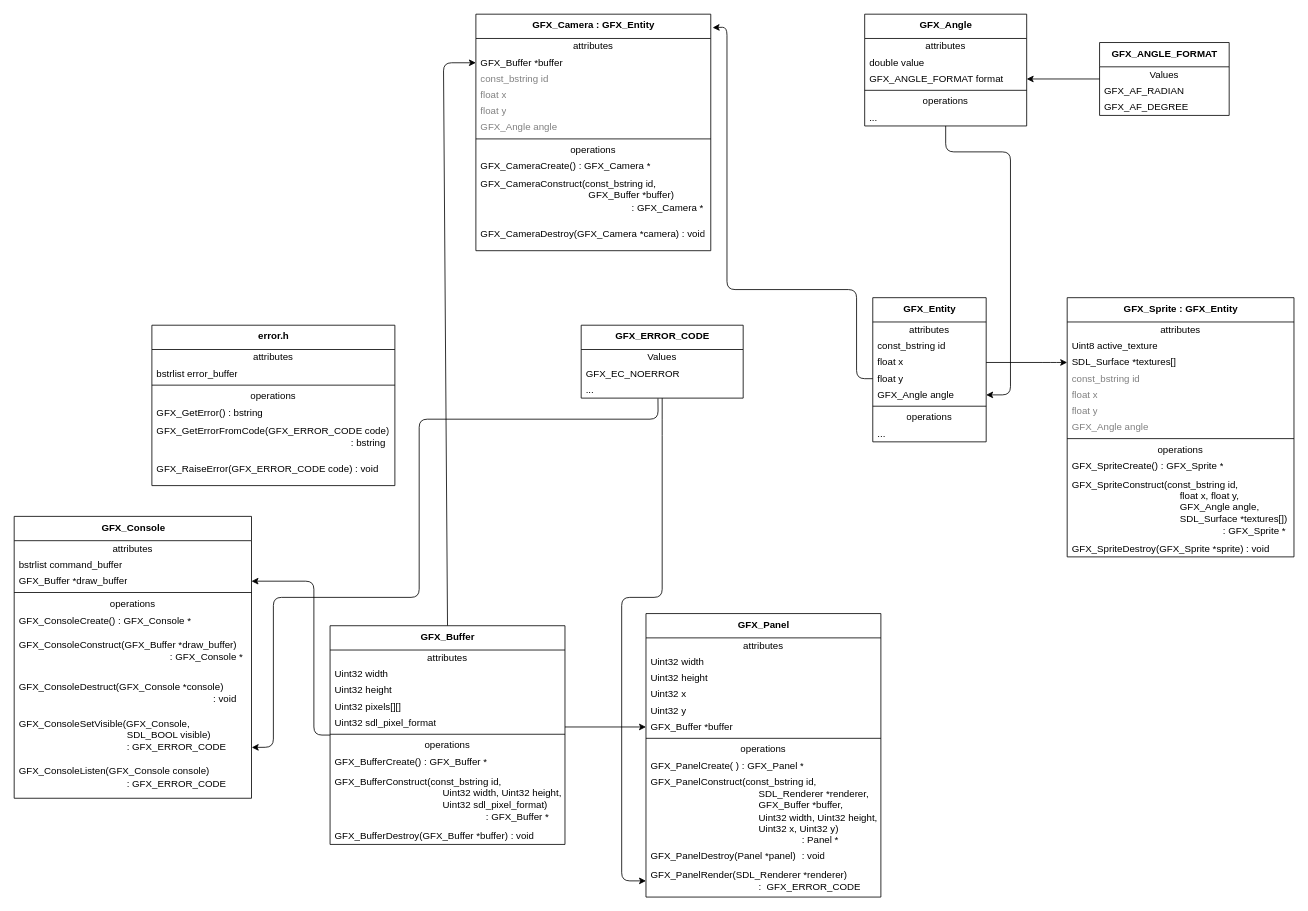
The draw.io diagram grafx.drawio in jamesdolan16/grafx, before the edit. Source tidied: cells renumbered, new cells numbered last; positions are measured from the earlier drawing's top-left corner, leaving out a move shared by most shapes. Both pictures are drawn from the tidied source at 81%, with x=0, y=0 at pixel (14, 14).
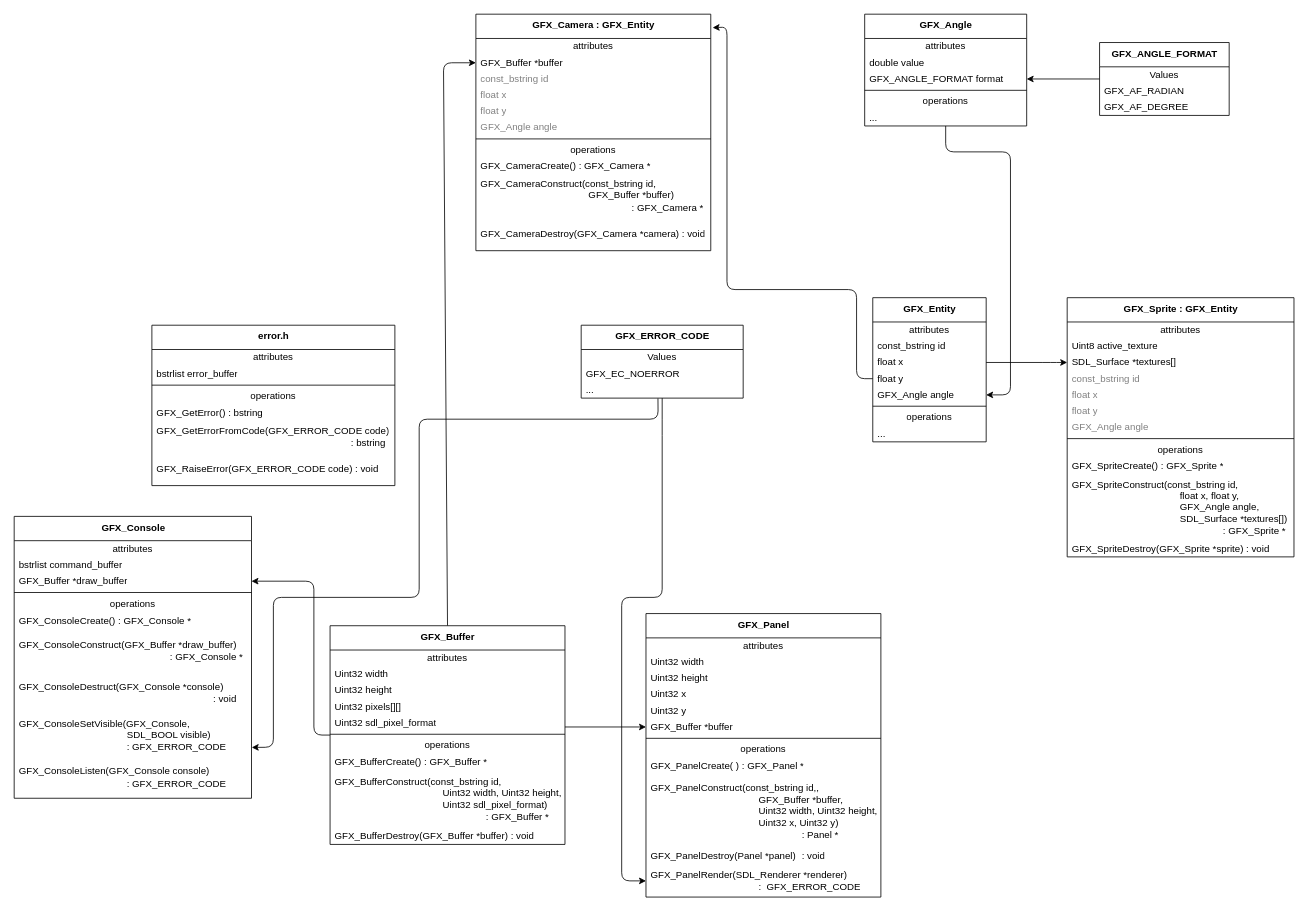
The same page after the edit.

Commit message (it also covers changes not shown here):
Wrote panel.h and tweaked diagram.

Unchanged cells that the change refers to:
```xml
<mxCell id="2" value="&lt;b&gt;GFX_Panel&lt;/b&gt;" style="swimlane;fontStyle=0;align=center;verticalAlign=top;horizontal=1;startSize=30;html=1;" parent="1" vertex="1">
  <mxGeometry x="780" y="740" width="290" height="350" as="geometry" />
</mxCell>
```

Change to the diagram source:
```diff
@@
-    <mxCell id="12" value="GFX_PanelConstruct(const_bstring id, &lt;br&gt;&lt;span style=&quot;white-space: pre;&quot;&gt;&#9;&lt;/span&gt;&lt;span style=&quot;white-space: pre;&quot;&gt;&#9;&lt;/span&gt;&lt;span style=&quot;white-space: pre;&quot;&gt;&#9;&lt;/span&gt;&lt;span style=&quot;white-space: pre;&quot;&gt;&#9;&lt;/span&gt;&lt;span style=&quot;white-space: pre;&quot;&gt;&#9;&lt;/span&gt;SDL_Renderer *renderer,&lt;br&gt;&lt;span style=&quot;white-space: pre;&quot;&gt;&#9;&lt;/span&gt;&lt;span style=&quot;white-space: pre;&quot;&gt;&#9;&lt;/span&gt;&lt;span style=&quot;white-space: pre;&quot;&gt;&#9;&lt;/span&gt;&lt;span style=&quot;white-space: pre;&quot;&gt;&#9;&lt;/span&gt;&lt;span style=&quot;white-space: pre;&quot;&gt;&#9;&lt;/span&gt;GFX_Buffer *buffer, &lt;br&gt;&lt;span style=&quot;white-space: pre;&quot;&gt;&#9;&lt;/span&gt;&lt;span style=&quot;white-space: pre;&quot;&gt;&#9;&lt;/span&gt;&lt;span style=&quot;white-space: pre;&quot;&gt;&#9;&lt;/span&gt;&lt;span style=&quot;white-space: pre;&quot;&gt;&#9;&lt;/span&gt;&lt;span style=&quot;white-space: pre;&quot;&gt;&#9;&lt;/span&gt;Uint32 width, Uint32 height,&lt;br&gt;&lt;span style=&quot;white-space: pre;&quot;&gt;&#9;&lt;/span&gt;&lt;span style=&quot;white-space: pre;&quot;&gt;&#9;&lt;/span&gt;&lt;span style=&quot;white-space: pre;&quot;&gt;&#9;&lt;/span&gt;&lt;span style=&quot;white-space: pre;&quot;&gt;&#9;&lt;/span&gt;&lt;span style=&quot;white-space: pre;&quot;&gt;&#9;&lt;/span&gt;Uint32 x, Uint32 y) &lt;br&gt;&lt;span style=&quot;white-space: pre;&quot;&gt;&#9;&lt;/span&gt;&lt;span style=&quot;white-space: pre;&quot;&gt;&#9;&lt;/span&gt;&lt;span style=&quot;white-space: pre;&quot;&gt;&#9;&lt;/span&gt;&lt;span style=&quot;white-space: pre;&quot;&gt;&#9;&lt;/span&gt;&lt;span style=&quot;white-space: pre;&quot;&gt;&#9;&lt;/span&gt;&lt;span style=&quot;white-space: pre;&quot;&gt;&#9;&lt;span style=&quot;white-space: pre;&quot;&gt;&#9;&lt;/span&gt;&lt;/span&gt;: Panel *" style="text;html=1;strokeColor=none;fillColor=none;align=left;verticalAlign=middle;spacingLeft=4;spacingRight=4;overflow=hidden;" parent="2" vertex="1">
+    <mxCell id="12" value="GFX_PanelConstruct(const_bstring id,,&lt;br&gt;&lt;span style=&quot;white-space: pre;&quot;&gt;&#9;&lt;/span&gt;&lt;span style=&quot;white-space: pre;&quot;&gt;&#9;&lt;/span&gt;&lt;span style=&quot;white-space: pre;&quot;&gt;&#9;&lt;/span&gt;&lt;span style=&quot;white-space: pre;&quot;&gt;&#9;&lt;/span&gt;&lt;span style=&quot;white-space: pre;&quot;&gt;&#9;&lt;/span&gt;GFX_Buffer *buffer, &lt;br&gt;&lt;span style=&quot;white-space: pre;&quot;&gt;&#9;&lt;/span&gt;&lt;span style=&quot;white-space: pre;&quot;&gt;&#9;&lt;/span&gt;&lt;span style=&quot;white-space: pre;&quot;&gt;&#9;&lt;/span&gt;&lt;span style=&quot;white-space: pre;&quot;&gt;&#9;&lt;/span&gt;&lt;span style=&quot;white-space: pre;&quot;&gt;&#9;&lt;/span&gt;Uint32 width, Uint32 height,&lt;br&gt;&lt;span style=&quot;white-space: pre;&quot;&gt;&#9;&lt;/span&gt;&lt;span style=&quot;white-space: pre;&quot;&gt;&#9;&lt;/span&gt;&lt;span style=&quot;white-space: pre;&quot;&gt;&#9;&lt;/span&gt;&lt;span style=&quot;white-space: pre;&quot;&gt;&#9;&lt;/span&gt;&lt;span style=&quot;white-space: pre;&quot;&gt;&#9;&lt;/span&gt;Uint32 x, Uint32 y) &lt;br&gt;&lt;span style=&quot;white-space: pre;&quot;&gt;&#9;&lt;/span&gt;&lt;span style=&quot;white-space: pre;&quot;&gt;&#9;&lt;/span&gt;&lt;span style=&quot;white-space: pre;&quot;&gt;&#9;&lt;/span&gt;&lt;span style=&quot;white-space: pre;&quot;&gt;&#9;&lt;/span&gt;&lt;span style=&quot;white-space: pre;&quot;&gt;&#9;&lt;/span&gt;&lt;span style=&quot;white-space: pre;&quot;&gt;&#9;&lt;span style=&quot;white-space: pre;&quot;&gt;&#9;&lt;/span&gt;&lt;/span&gt;: Panel *" style="text;html=1;strokeColor=none;fillColor=none;align=left;verticalAlign=middle;spacingLeft=4;spacingRight=4;overflow=hidden;" parent="2" vertex="1">
       <mxGeometry y="198" width="290" height="92" as="geometry" />
     </mxCell>
```
